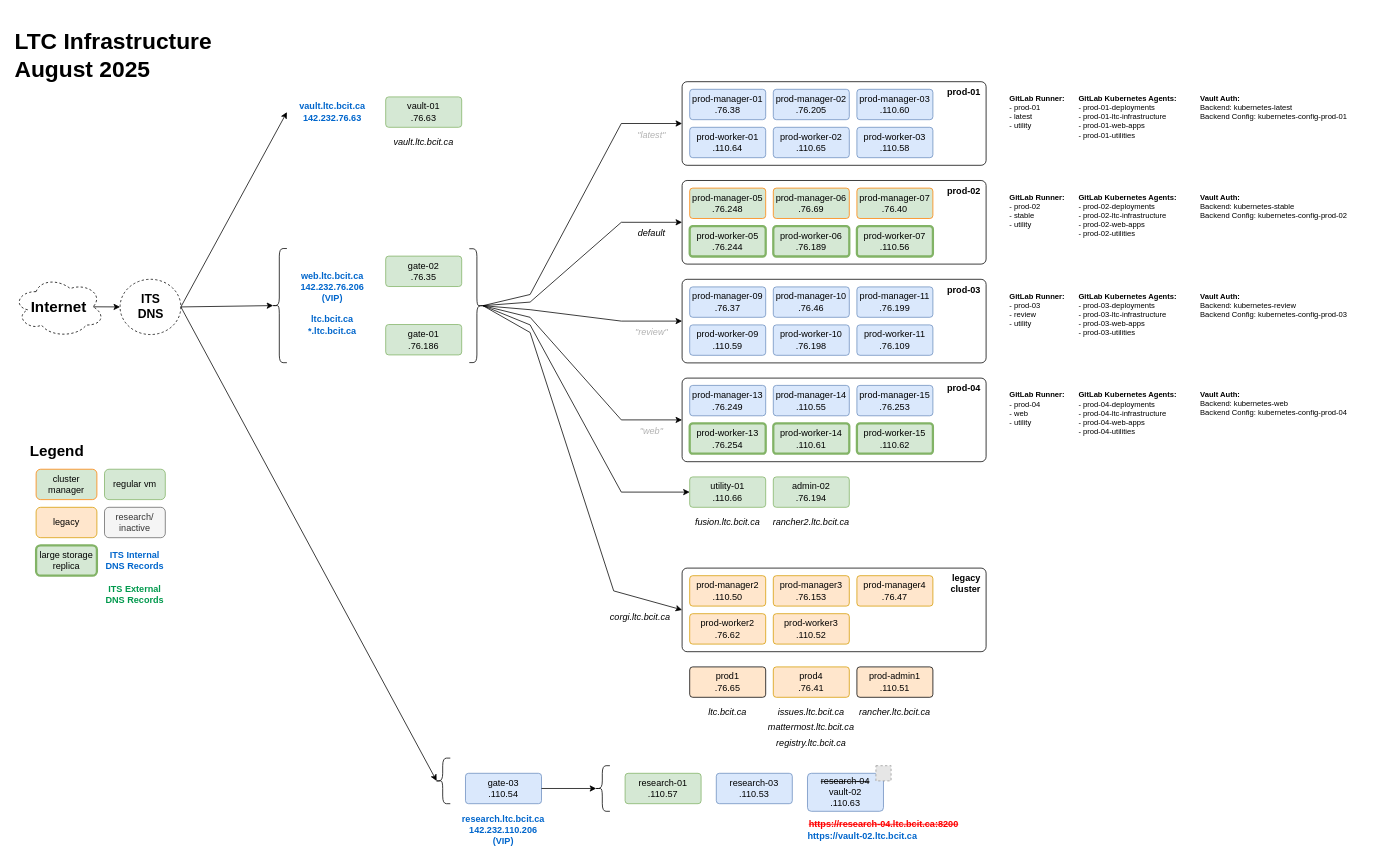
Above: docs/assets/2025-08-ltc-infrastructure-light.drawio in bcit-ltc/infrastructure-documentation (draw.io), before the change. Source tidied: cells renumbered, new cells numbered last; positions are measured from the earlier drawing's top-left corner, leaving out a move shared by most shapes. Both pictures are drawn from the tidied source at 76%, with x=0, y=0 at pixel (13, 13). Pictures stored in the file or linked from it are replaced by grey dashed boxes.
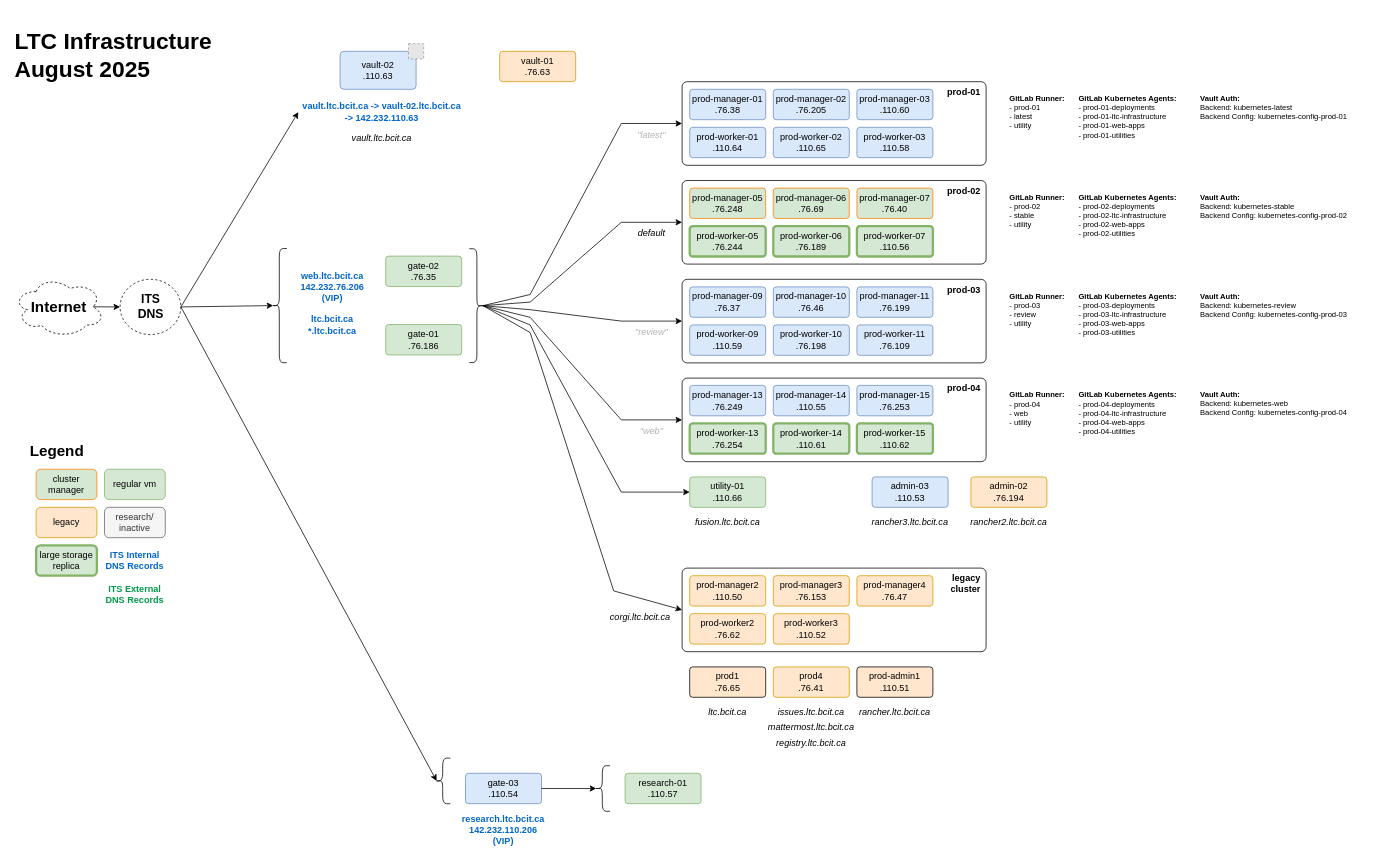
The same page after the edit.

Commit message (it also covers changes not shown here):
updates README; adds latest infrastructure diagram

Change to the diagram source:
```diff
@@
-    <mxCell id="15" value="vault-01&lt;br&gt;.76.63" style="rounded=1;arcSize=10;whiteSpace=wrap;html=1;align=center;fillColor=#d5e8d4;strokeColor=#82b366;" parent="1" vertex="1">
-      <mxGeometry x="490" y="110" width="100" height="40" as="geometry" />
+    <mxCell id="15" value="vault-01&lt;br&gt;.76.63" style="rounded=1;arcSize=10;whiteSpace=wrap;html=1;align=center;fillColor=#ffe6cc;strokeColor=#d79b00;" parent="1" vertex="1">
+      <mxGeometry x="640" y="50" width="100" height="40" as="geometry" />
     </mxCell>
@@
-    <mxCell id="18" value="admin-02&lt;i style=&quot;border-color: var(--border-color);&quot;&gt;&lt;br style=&quot;border-color: var(--border-color);&quot;&gt;&lt;/i&gt;.76.194" style="whiteSpace=wrap;html=1;align=center;rounded=1;strokeColor=#82b366;fillColor=#d5e8d4;perimeterSpacing=1;arcSize=10;strokeWidth=1;" parent="1" vertex="1">
-      <mxGeometry x="1000" y="610" width="100" height="40" as="geometry" />
+    <mxCell id="18" value="admin-02&lt;i style=&quot;border-color: var(--border-color);&quot;&gt;&lt;br style=&quot;border-color: var(--border-color);&quot;&gt;&lt;/i&gt;.76.194" style="whiteSpace=wrap;html=1;align=center;rounded=1;strokeColor=#d79b00;fillColor=#ffe6cc;perimeterSpacing=1;arcSize=10;strokeWidth=1;" parent="1" vertex="1">
+      <mxGeometry x="1260" y="610" width="100" height="40" as="geometry" />
     </mxCell>
@@
-    <mxCell id="80" value="research-03&lt;i&gt;&lt;br&gt;&lt;/i&gt;.110.53" style="rounded=1;arcSize=10;whiteSpace=wrap;html=1;align=center;fillColor=#dae8fc;strokeColor=#6c8ebf;" parent="1" vertex="1">
-      <mxGeometry x="925" y="1000" width="100" height="40" as="geometry" />
+    <mxCell id="80" value="admin-03&lt;i&gt;&lt;br&gt;&lt;/i&gt;.110.53" style="rounded=1;arcSize=10;whiteSpace=wrap;html=1;align=center;fillColor=#dae8fc;strokeColor=#6c8ebf;" parent="1" vertex="1">
+      <mxGeometry x="1130" y="610" width="100" height="40" as="geometry" />
     </mxCell>
-    <mxCell id="81" value="&lt;strike&gt;research-04&lt;br&gt;&lt;/strike&gt;vault-02&lt;div&gt;.110.63&lt;/div&gt;" style="rounded=1;arcSize=10;whiteSpace=wrap;html=1;align=center;fillColor=#dae8fc;strokeColor=#6c8ebf;" parent="1" vertex="1">
-      <mxGeometry x="1045" y="1000" width="100" height="50" as="geometry" />
-    </mxCell>
@@
     <mxCell id="87" value="&lt;i style=&quot;border-color: var(--border-color); font-size: 12px; text-align: right;&quot;&gt;vault.ltc.bcit.ca&lt;/i&gt;" style="text;html=1;strokeColor=none;fillColor=none;align=center;verticalAlign=middle;whiteSpace=wrap;rounded=0;fontSize=10;fontColor=default;" parent="1" vertex="1">
-      <mxGeometry x="490" y="159.8" width="100" height="20" as="geometry" />
+      <mxGeometry x="435" y="155" width="100" height="20" as="geometry" />
     </mxCell>
     <mxCell id="88" value="&lt;i style=&quot;border-color: var(--border-color); font-size: 12px; text-align: right;&quot;&gt;rancher2.ltc.bcit.ca&lt;/i&gt;" style="text;html=1;strokeColor=none;fillColor=none;align=center;verticalAlign=middle;whiteSpace=wrap;rounded=0;fontSize=10;fontColor=default;" parent="1" vertex="1">
-      <mxGeometry x="1000" y="660.1" width="100" height="20" as="geometry" />
+      <mxGeometry x="1260" y="660.1" width="100" height="20" as="geometry" />
     </mxCell>
@@
-    <mxCell id="100" value="vault.ltc.bcit.ca&lt;br&gt;142.232.76.63" style="text;html=1;strokeColor=none;fillColor=none;align=center;verticalAlign=middle;whiteSpace=wrap;rounded=0;fontColor=#0066CC;fontStyle=1;" parent="1" vertex="1">
-      <mxGeometry x="360" y="110" width="120" height="40" as="geometry" />
+    <mxCell id="100" value="vault.ltc.bcit.ca -&amp;gt; vault-02.ltc.bcit.ca&lt;div&gt;-&amp;gt; 142.232.110.63&lt;/div&gt;" style="text;html=1;strokeColor=none;fillColor=none;align=center;verticalAlign=middle;whiteSpace=wrap;rounded=0;fontColor=#0066CC;fontStyle=1;" parent="1" vertex="1">
+      <mxGeometry x="375" y="110" width="220" height="40" as="geometry" />
     </mxCell>
@@
+    <mxCell id="104" value="&lt;font style=&quot;font-size: 12px;&quot;&gt;&lt;b style=&quot;font-size: 12px;&quot;&gt;ITS External DNS Records&lt;/b&gt;&lt;/font&gt;" style="text;html=1;strokeColor=none;fillColor=none;align=center;verticalAlign=middle;whiteSpace=wrap;rounded=0;dashed=1;fontSize=12;fontColor=#00994D;" parent="1" vertex="1">
+      <mxGeometry x="120" y="745" width="80" height="40" as="geometry" />
+    </mxCell>
+    <mxCell id="106" value="&lt;i style=&quot;border-color: var(--border-color); font-size: 12px; text-align: right;&quot;&gt;rancher3.ltc.bcit.ca&lt;/i&gt;" style="text;html=1;strokeColor=none;fillColor=none;align=center;verticalAlign=middle;whiteSpace=wrap;rounded=0;fontSize=10;fontColor=default;" parent="1" vertex="1">
+      <mxGeometry x="1130" y="660" width="100" height="20" as="geometry" />
+    </mxCell>
+    <mxCell id="107" style="group;" parent="1" vertex="1">
+      <mxGeometry x="430" y="40" width="110" height="60" as="geometry" />
+    </mxCell>
+    <mxCell id="81" value="vault-02&lt;div&gt;.110.63&lt;/div&gt;" style="rounded=1;arcSize=10;whiteSpace=wrap;html=1;align=center;fillColor=#dae8fc;strokeColor=#6c8ebf;" parent="107" vertex="1">
+      <mxGeometry y="10" width="100" height="50" as="geometry" />
+    </mxCell>
-    <mxCell id="102" style="fillColor=#E6E6E6;strokeColor=#999999;dashed=1;verticalLabelPosition=bottom;labelBackgroundColor=default;verticalAlign=top;" parent="1" vertex="1">
-      <mxGeometry x="1135" y="990" width="20" height="20" as="geometry" />
+    <mxCell id="102" style="fillColor=#E6E6E6;strokeColor=#999999;dashed=1;verticalLabelPosition=bottom;labelBackgroundColor=default;verticalAlign=top;" parent="107" vertex="1">
+      <mxGeometry x="90" width="20" height="20" as="geometry" />
     </mxCell>
-    <mxCell id="103" value="&lt;strike&gt;https://research-04.ltc.bcit.ca:8200&lt;/strike&gt;" style="text;html=1;strokeColor=none;fillColor=none;align=center;verticalAlign=middle;whiteSpace=wrap;rounded=0;fontColor=#FF0000;fontStyle=1;" parent="1" vertex="1">
-      <mxGeometry x="1037.5" y="1050" width="215" height="34" as="geometry" />
-    </mxCell>
-    <mxCell id="104" value="&lt;font style=&quot;font-size: 12px;&quot;&gt;&lt;b style=&quot;font-size: 12px;&quot;&gt;ITS External DNS Records&lt;/b&gt;&lt;/font&gt;" style="text;html=1;strokeColor=none;fillColor=none;align=center;verticalAlign=middle;whiteSpace=wrap;rounded=0;dashed=1;fontSize=12;fontColor=#00994D;" parent="1" vertex="1">
-      <mxGeometry x="120" y="745" width="80" height="40" as="geometry" />
-    </mxCell>
-    <mxCell id="105" value="https://vault-02.ltc.bcit.ca" style="text;html=1;strokeColor=none;fillColor=none;align=center;verticalAlign=middle;whiteSpace=wrap;rounded=0;fontColor=#0066CC;fontStyle=1;" parent="1" vertex="1">
-      <mxGeometry x="1010" y="1066" width="215" height="34" as="geometry" />
-    </mxCell>
```
